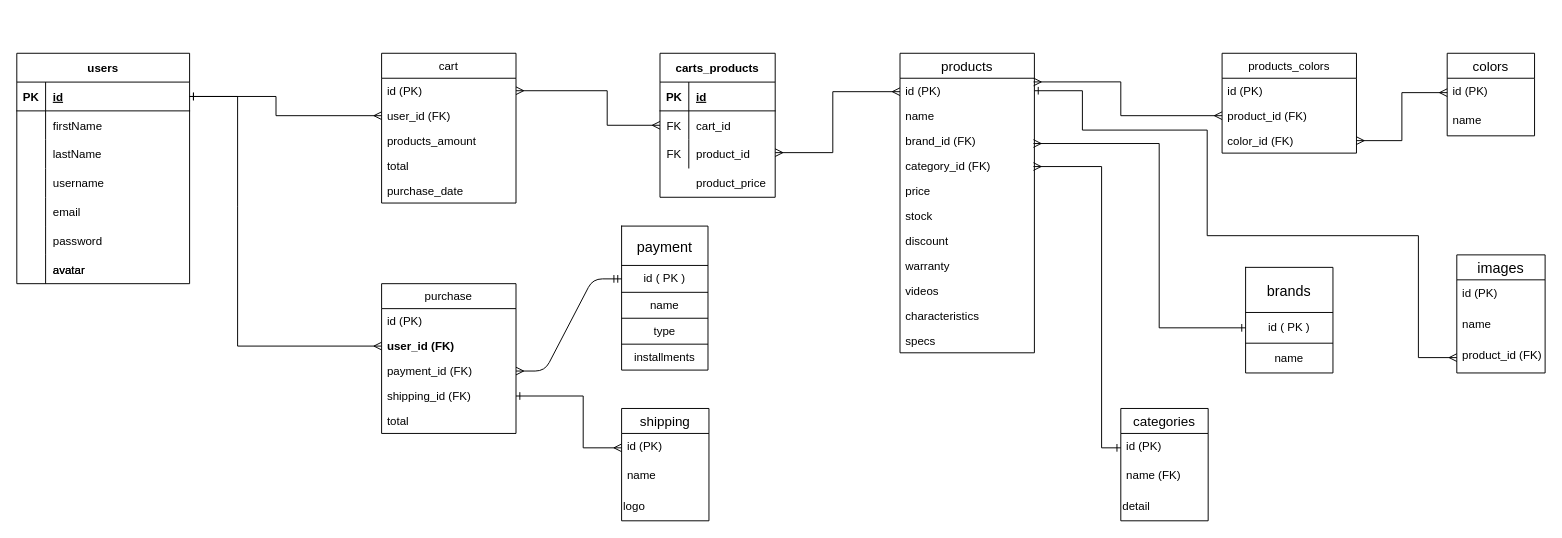
The draw.io diagram db_diagrams/db_diagram.drawio in teosordo/grupo_3_mat, before the edit. Source tidied: cells renumbered, new cells numbered last; positions are measured from the earlier drawing's top-left corner, leaving out a move shared by most shapes. Both pictures are drawn from the tidied source at 96%, with x=0, y=0 at pixel (16, 53).
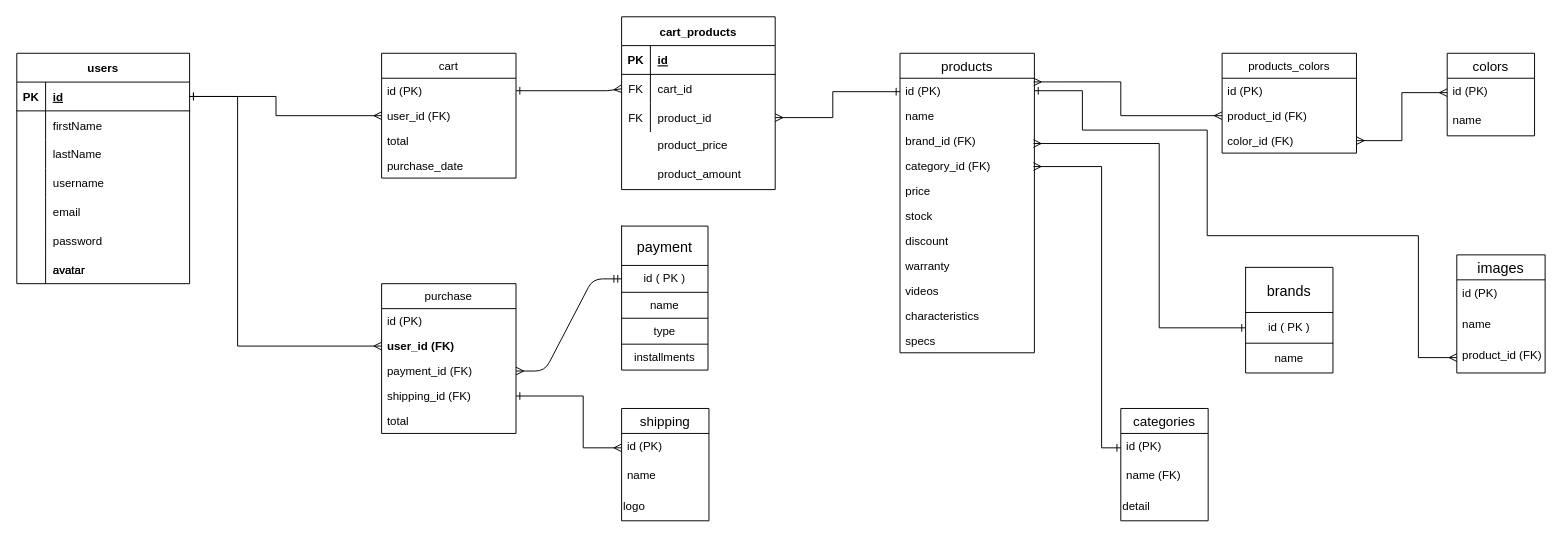
Above is the later version.

Unchanged cells that the change refers to:
```xml
<mxCell id="3" style="shape=partialRectangle;fillColor=none;top=0;left=0;bottom=1;right=0;points=[[0,0.5],[1,0.5]];portConstraint=eastwest;" parent="2" vertex="1">
  <mxGeometry y="30" width="180" height="30" as="geometry" />
</mxCell>
<mxCell id="47" value="id (PK)" style="text;strokeColor=none;fillColor=none;align=left;verticalAlign=top;spacingLeft=4;spacingRight=4;overflow=hidden;points=[[0,0.5],[1,0.5]];portConstraint=eastwest;" parent="46" vertex="1">
  <mxGeometry y="26" width="140" height="26" as="geometry" />
</mxCell>
<mxCell id="48" value="user_id (FK)" style="text;strokeColor=none;fillColor=none;align=left;verticalAlign=top;spacingLeft=4;spacingRight=4;overflow=hidden;points=[[0,0.5],[1,0.5]];portConstraint=eastwest;" parent="46" vertex="1">
  <mxGeometry y="52" width="140" height="26" as="geometry" />
</mxCell>
```

What changed in the source:
```diff
@@
     <mxCell id="46" value="cart" style="swimlane;fontStyle=0;horizontal=1;startSize=26;" parent="1" vertex="1">
-      <mxGeometry x="380" width="140" height="156" as="geometry" />
+      <mxGeometry x="380" width="140" height="130" as="geometry" />
     </mxCell>
@@
-    <mxCell id="49" value="products_amount" style="text;strokeColor=none;fillColor=none;align=left;verticalAlign=top;spacingLeft=4;spacingRight=4;overflow=hidden;" parent="46" vertex="1" source="3" target="48">
-      <mxGeometry y="78" width="140" height="26" as="geometry" />
-    </mxCell>
     <mxCell id="50" value="total" style="text;strokeColor=none;fillColor=none;align=left;verticalAlign=top;spacingLeft=4;spacingRight=4;overflow=hidden;" parent="46" vertex="1">
-      <mxGeometry y="104" width="140" height="26" as="geometry" />
+      <mxGeometry y="78" width="140" height="26" as="geometry" />
     </mxCell>
     <mxCell id="51" value="purchase_date" style="text;strokeColor=none;fillColor=none;align=left;verticalAlign=top;spacingLeft=4;spacingRight=4;overflow=hidden;" parent="46" vertex="1">
-      <mxGeometry y="130" width="140" height="26" as="geometry" />
+      <mxGeometry y="104" width="140" height="26" as="geometry" />
     </mxCell>
@@
-    <mxCell id="63" value="carts_products" style="shape=table;startSize=30;childLayout=tableLayout;rowLines=0;fontStyle=1;align=center;" parent="1" vertex="1">
-      <mxGeometry x="670" width="120" height="150" as="geometry" />
+    <mxCell id="63" value="cart_products" style="shape=table;startSize=30;childLayout=tableLayout;rowLines=0;fontStyle=1;align=center;" parent="1" vertex="1">
+      <mxGeometry x="630" y="-38" width="160" height="180" as="geometry" />
     </mxCell>
     <mxCell id="64" style="shape=partialRectangle;fillColor=none;top=0;left=0;bottom=1;right=0;" parent="63" vertex="1">
-      <mxGeometry y="30" width="120" height="30" as="geometry" />
+      <mxGeometry y="30" width="160" height="30" as="geometry" />
     </mxCell>
@@
     <mxCell id="66" value="id" style="shape=partialRectangle;fillColor=none;top=0;left=0;bottom=0;right=0;align=left;spacingLeft=6;fontStyle=5;overflow=hidden;" parent="64" vertex="1">
-      <mxGeometry x="30" width="90" height="30" as="geometry" />
+      <mxGeometry x="30" width="130" height="30" as="geometry" />
     </mxCell>
     <mxCell id="67" style="shape=partialRectangle;fillColor=none;top=0;left=0;bottom=0;right=0;points=[[0,0.5],[1,0.5]];portConstraint=eastwest;" parent="63" vertex="1">
-      <mxGeometry y="60" width="120" height="30" as="geometry" />
+      <mxGeometry y="60" width="160" height="30" as="geometry" />
     </mxCell>
@@
     <mxCell id="69" value="cart_id" style="shape=partialRectangle;fillColor=none;top=0;left=0;bottom=0;right=0;align=left;spacingLeft=6;overflow=hidden;" parent="67" vertex="1">
-      <mxGeometry x="30" width="90" height="30" as="geometry" />
+      <mxGeometry x="30" width="130" height="30" as="geometry" />
     </mxCell>
     <mxCell id="70" style="shape=partialRectangle;fillColor=none;top=0;left=0;bottom=0;right=0;points=[[0,0.5],[1,0.5]];portConstraint=eastwest;" parent="63" vertex="1">
-      <mxGeometry y="90" width="120" height="30" as="geometry" />
+      <mxGeometry y="90" width="160" height="30" as="geometry" />
     </mxCell>
@@
     <mxCell id="72" value="product_id" style="shape=partialRectangle;fillColor=none;top=0;left=0;bottom=0;right=0;align=left;spacingLeft=6;overflow=hidden;" parent="70" vertex="1">
-      <mxGeometry x="30" width="90" height="30" as="geometry" />
+      <mxGeometry x="30" width="130" height="30" as="geometry" />
     </mxCell>
@@
-    <mxCell id="74" style="rounded=0;jettySize=auto;html=1;startArrow=ERmany;startFill=0;endArrow=ERmany;endFill=0;exitX=0;exitY=0.5;exitDx=0;exitDy=0;entryX=1;entryY=0.5;entryDx=0;entryDy=0;" parent="1" edge="1" source="67" target="47">
+    <mxCell id="74" style="rounded=0;jettySize=auto;html=1;startArrow=ERmany;startFill=0;endArrow=ERone;endFill=0;entryX=1;entryY=0.5;entryDx=0;entryDy=0;exitX=0;exitY=0.5;exitDx=0;exitDy=0;" parent="1" edge="1" source="67" target="47">
       <mxGeometry relative="1" as="geometry">
         <Array as="points">
-          <mxPoint x="615" y="75" />
           <mxPoint x="615" y="39" />
         </Array>
       </mxGeometry>
     </mxCell>
-    <mxCell id="75" style="rounded=0;orthogonalLoop=1;jettySize=auto;html=1;entryX=1;entryY=0.5;entryDx=0;entryDy=0;startArrow=ERmany;startFill=0;endArrow=ERmany;endFill=0;exitX=0;exitY=0.174;exitDx=0;exitDy=0;exitPerimeter=0;" parent="1" edge="1">
+    <mxCell id="75" style="rounded=0;jettySize=auto;html=1;entryX=1;entryY=0.5;entryDx=0;entryDy=0;startArrow=ERone;startFill=0;endArrow=ERmany;endFill=0;exitX=0;exitY=0.174;exitDx=0;exitDy=0;exitPerimeter=0;" parent="1" edge="1" target="70">
       <mxGeometry relative="1" as="geometry">
         <mxPoint x="920" y="40" as="sourcePoint" />
-        <mxPoint x="790" y="103.5" as="targetPoint" />
         <Array as="points">
           <mxPoint x="850" y="40" />
-          <mxPoint x="850" y="103.5" />
+          <mxPoint x="850" y="67" />
         </Array>
       </mxGeometry>
     </mxCell>
@@
     <mxCell id="109" value="product_price" style="shape=partialRectangle;fillColor=none;top=0;left=0;bottom=0;right=0;align=left;spacingLeft=6;overflow=hidden;" parent="1" vertex="1">
-      <mxGeometry x="700" y="120" width="90" height="30" as="geometry" />
+      <mxGeometry x="660" y="80" width="130" height="30" as="geometry" />
     </mxCell>
+    <mxCell id="110" value="product_amount" style="shape=partialRectangle;fillColor=none;top=0;left=0;bottom=0;right=0;align=left;spacingLeft=6;overflow=hidden;" parent="1" vertex="1">
+      <mxGeometry x="660" y="110" width="130" height="30" as="geometry" />
+    </mxCell>
```
